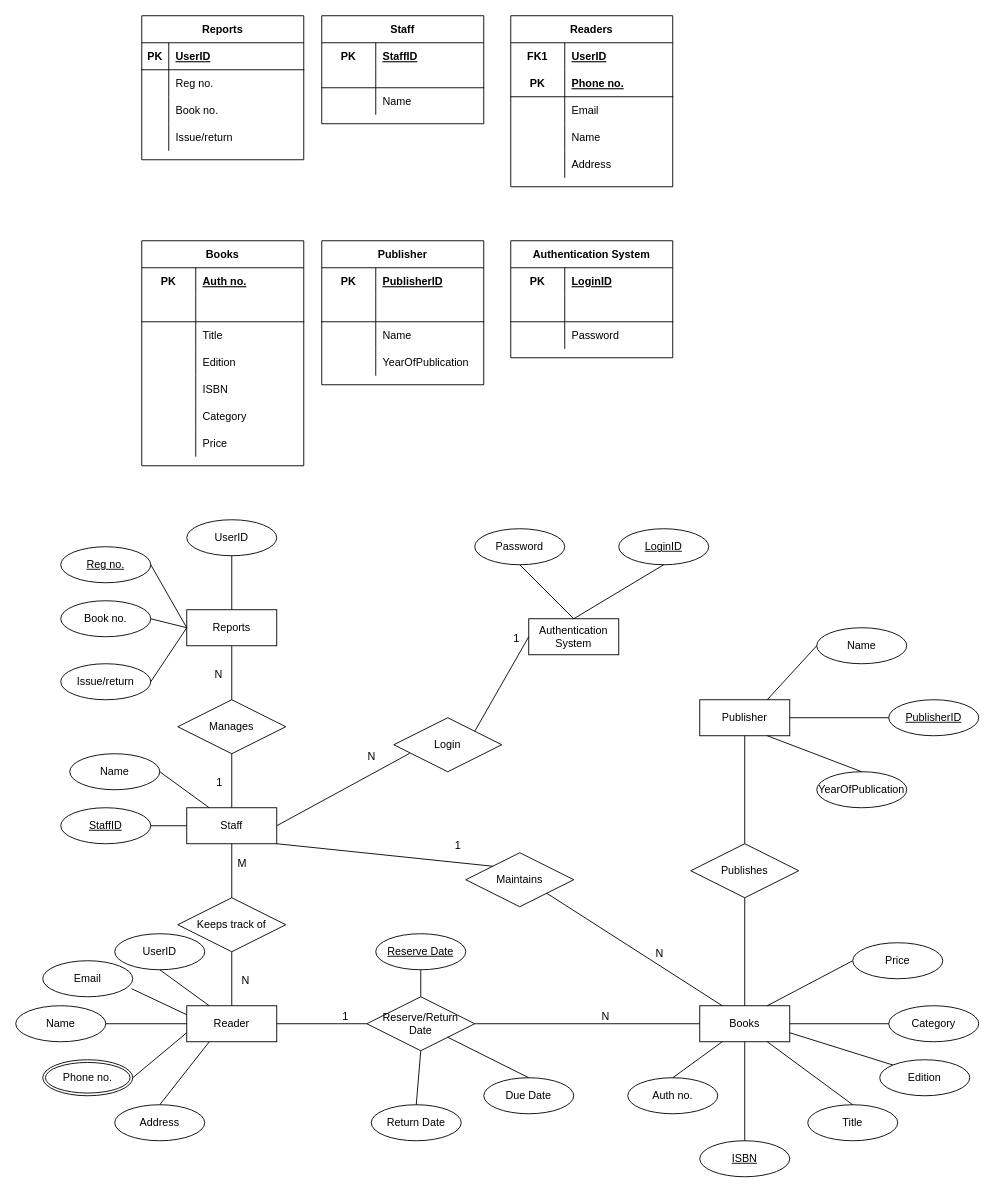
The draw.io diagram Sample.drawio in RA1911003010940/DBMS_lab, before the edit. Source tidied: cells renumbered, new cells numbered last; positions are measured from the earlier drawing's top-left corner, leaving out a move shared by most shapes. Both pictures are drawn from the tidied source at 90%, with x=0, y=0 at pixel (15, 15).
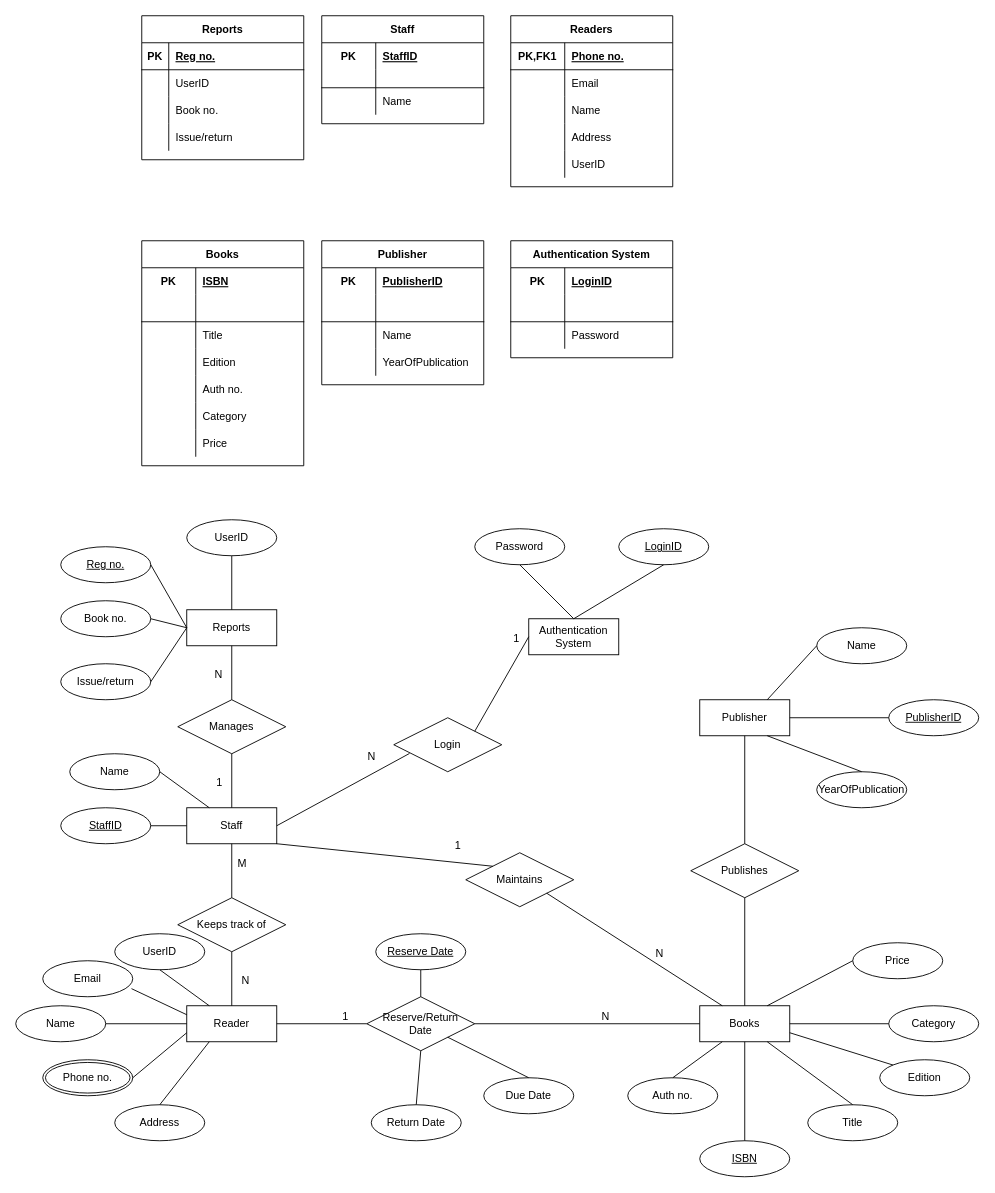
After the change.

Unchanged cells that the change refers to:
```xml
<mxCell id="3" style="shape=tableRow;horizontal=0;startSize=0;swimlaneHead=0;swimlaneBody=0;fillColor=none;top=0;left=0;right=0;bottom=1;" parent="2" vertex="1">
  <mxGeometry y="30" width="180" height="30" as="geometry" />
</mxCell>
<mxCell id="6" style="shape=tableRow;horizontal=0;startSize=0;swimlaneHead=0;swimlaneBody=0;fillColor=none;top=0;left=0;right=0;bottom=0;" parent="2" vertex="1">
  <mxGeometry y="60" width="180" height="30" as="geometry" />
</mxCell>
<mxCell id="25" value="Readers" style="shape=table;startSize=30;childLayout=tableLayout;rowLines=0;fontStyle=1;align=center;" parent="1" vertex="1">
  <mxGeometry x="550" width="180" height="190" as="geometry" />
</mxCell>
<mxCell id="42" style="shape=tableRow;horizontal=0;startSize=0;swimlaneHead=0;swimlaneBody=0;fillColor=none;top=0;left=0;right=0;bottom=0;" parent="41" vertex="1">
  <mxGeometry y="30" width="180" height="30" as="geometry" />
</mxCell>
<mxCell id="54" style="shape=tableRow;horizontal=0;startSize=0;swimlaneHead=0;swimlaneBody=0;fillColor=none;top=0;left=0;right=0;bottom=0;" parent="41" vertex="1">
  <mxGeometry y="150" width="180" height="30" as="geometry" />
</mxCell>
```

What changed in the source:
```diff
@@
-    <mxCell id="5" value="UserID" style="shape=partialRectangle;fillColor=none;top=0;left=0;bottom=0;right=0;align=left;spacingLeft=6;fontStyle=5;overflow=hidden;" parent="3" vertex="1">
+    <mxCell id="5" value="Reg no." style="shape=partialRectangle;fillColor=none;top=0;left=0;bottom=0;right=0;align=left;spacingLeft=6;fontStyle=5;overflow=hidden;" parent="3" vertex="1">
       <mxGeometry x="30" width="150" height="30" as="geometry" />
     </mxCell>
@@
-    <mxCell id="8" value="Reg no." style="shape=partialRectangle;fillColor=none;top=0;left=0;bottom=0;right=0;align=left;spacingLeft=6;overflow=hidden;" parent="6" vertex="1">
+    <mxCell id="8" value="UserID" style="shape=partialRectangle;fillColor=none;top=0;left=0;bottom=0;right=0;align=left;spacingLeft=6;overflow=hidden;" parent="6" vertex="1">
       <mxGeometry x="30" width="150" height="30" as="geometry" />
     </mxCell>
@@
-    <mxCell id="26" style="shape=tableRow;horizontal=0;startSize=0;swimlaneHead=0;swimlaneBody=0;fillColor=none;top=0;left=0;right=0;bottom=0;" parent="25" vertex="1">
-      <mxGeometry y="30" width="180" height="30" as="geometry" />
-    </mxCell>
-    <mxCell id="27" value="FK1" style="shape=partialRectangle;fillColor=none;top=0;left=0;bottom=0;right=0;fontStyle=1;overflow=hidden;" parent="26" vertex="1">
-      <mxGeometry width="60" height="30" as="geometry" />
-    </mxCell>
-    <mxCell id="28" value="UserID" style="shape=partialRectangle;fillColor=none;top=0;left=0;bottom=0;right=0;align=left;spacingLeft=6;fontStyle=5;overflow=hidden;" parent="26" vertex="1">
-      <mxGeometry x="60" width="120" height="30" as="geometry" />
-    </mxCell>
     <mxCell id="29" style="shape=tableRow;horizontal=0;startSize=0;swimlaneHead=0;swimlaneBody=0;fillColor=none;top=0;left=0;right=0;bottom=1;" parent="25" vertex="1">
-      <mxGeometry y="60" width="180" height="30" as="geometry" />
+      <mxGeometry y="30" width="180" height="30" as="geometry" />
     </mxCell>
-    <mxCell id="30" value="PK" style="shape=partialRectangle;fillColor=none;top=0;left=0;bottom=0;right=0;fontStyle=1;overflow=hidden;" parent="29" vertex="1">
+    <mxCell id="30" value="PK,FK1" style="shape=partialRectangle;fillColor=none;top=0;left=0;bottom=0;right=0;fontStyle=1;overflow=hidden;" parent="29" vertex="1">
       <mxGeometry width="60" height="30" as="geometry" />
     </mxCell>
@@
     <mxCell id="32" style="shape=tableRow;horizontal=0;startSize=0;swimlaneHead=0;swimlaneBody=0;fillColor=none;top=0;left=0;right=0;bottom=0;" parent="25" vertex="1">
-      <mxGeometry y="90" width="180" height="30" as="geometry" />
+      <mxGeometry y="60" width="180" height="30" as="geometry" />
     </mxCell>
@@
     <mxCell id="35" style="shape=tableRow;horizontal=0;startSize=0;swimlaneHead=0;swimlaneBody=0;fillColor=none;top=0;left=0;right=0;bottom=0;" parent="25" vertex="1">
-      <mxGeometry y="120" width="180" height="30" as="geometry" />
+      <mxGeometry y="90" width="180" height="30" as="geometry" />
     </mxCell>
@@
     <mxCell id="38" style="shape=tableRow;horizontal=0;startSize=0;swimlaneHead=0;swimlaneBody=0;fillColor=none;top=0;left=0;right=0;bottom=0;" parent="25" vertex="1">
-      <mxGeometry y="150" width="180" height="30" as="geometry" />
+      <mxGeometry y="120" width="180" height="30" as="geometry" />
     </mxCell>
@@
+    <mxCell id="170" style="shape=tableRow;horizontal=0;startSize=0;swimlaneHead=0;swimlaneBody=0;fillColor=none;top=0;left=0;right=0;bottom=0;" parent="25" vertex="1">
+      <mxGeometry y="150" width="180" height="30" as="geometry" />
+    </mxCell>
+    <mxCell id="171" style="shape=partialRectangle;fillColor=none;top=0;left=0;bottom=0;right=0;overflow=hidden;" parent="170" vertex="1">
+      <mxGeometry width="60" height="30" as="geometry" />
+    </mxCell>
+    <mxCell id="28" value="UserID" style="shape=partialRectangle;fillColor=none;top=0;left=0;bottom=0;right=0;align=left;spacingLeft=6;overflow=hidden;" parent="170" vertex="1">
+      <mxGeometry x="60" width="120" height="30" as="geometry" />
+    </mxCell>
@@
-    <mxCell id="44" value="Auth no." style="shape=partialRectangle;fillColor=none;top=0;left=0;bottom=0;right=0;align=left;spacingLeft=6;fontStyle=5;overflow=hidden;" parent="42" vertex="1">
+    <mxCell id="44" value="ISBN" style="shape=partialRectangle;fillColor=none;top=0;left=0;bottom=0;right=0;align=left;spacingLeft=6;fontStyle=5;overflow=hidden;" parent="42" vertex="1">
       <mxGeometry x="60" width="120" height="30" as="geometry" />
     </mxCell>
@@
-    <mxCell id="56" value="ISBN" style="shape=partialRectangle;fillColor=none;top=0;left=0;bottom=0;right=0;align=left;spacingLeft=6;overflow=hidden;" parent="54" vertex="1">
+    <mxCell id="56" value="Auth no." style="shape=partialRectangle;fillColor=none;top=0;left=0;bottom=0;right=0;align=left;spacingLeft=6;overflow=hidden;" parent="54" vertex="1">
       <mxGeometry x="60" width="120" height="30" as="geometry" />
     </mxCell>
```
